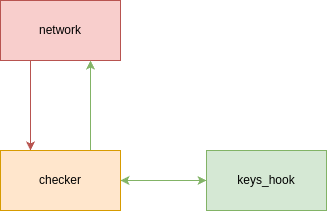
Earlier version of the draw.io export day1-homework/imgs/smart_home1.drawio.png (yyxa/smart-home-cource-kos). Source tidied: cells renumbered, new cells last; positions are measured from the earlier drawing's top-left corner, leaving out a move shared by most shapes.
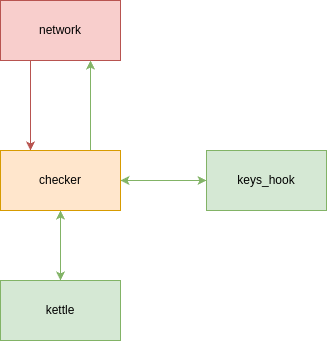
After the change.

What changed in the source:
```diff
@@ -14,6 +14,9 @@
     <mxCell id="5" style="edgeStyle=orthogonalEdgeStyle;rounded=0;jettySize=auto;html=1;exitX=0.75;exitY=0;exitDx=0;exitDy=0;entryX=0.75;entryY=1;entryDx=0;entryDy=0;fillColor=#d5e8d4;strokeColor=#82b366;" parent="1" edge="1" source="6" target="3">
       <mxGeometry relative="1" as="geometry" />
     </mxCell>
+    <mxCell id="9" style="edgeStyle=orthogonalEdgeStyle;rounded=0;jettySize=auto;html=1;exitX=0.5;exitY=1;exitDx=0;exitDy=0;entryX=0.5;entryY=0;entryDx=0;entryDy=0;fillColor=#d5e8d4;strokeColor=#82b366;" parent="1" edge="1" source="6" target="11">
+      <mxGeometry relative="1" as="geometry" />
+    </mxCell>
     <mxCell id="6" value="checker" style="rounded=0;whiteSpace=wrap;html=1;fillColor=#ffe6cc;strokeColor=#d79b00;" parent="1" vertex="1">
       <mxGeometry y="150" width="120" height="60" as="geometry" />
     </mxCell>
@@ -23,5 +26,11 @@
     <mxCell id="8" value="keys_hook" style="rounded=0;whiteSpace=wrap;html=1;fillColor=#d5e8d4;strokeColor=#82b366;" parent="1" vertex="1">
       <mxGeometry x="206" y="150" width="120" height="60" as="geometry" />
     </mxCell>
+    <mxCell id="10" style="edgeStyle=orthogonalEdgeStyle;rounded=0;jettySize=auto;html=1;exitX=0.5;exitY=0;exitDx=0;exitDy=0;entryX=0.5;entryY=1;entryDx=0;entryDy=0;fillColor=#d5e8d4;strokeColor=#82b366;" parent="1" edge="1" source="11" target="6">
+      <mxGeometry relative="1" as="geometry" />
+    </mxCell>
+    <mxCell id="11" value="kettle" style="rounded=0;whiteSpace=wrap;html=1;fillColor=#d5e8d4;strokeColor=#82b366;" parent="1" vertex="1">
+      <mxGeometry y="280" width="120" height="60" as="geometry" />
+    </mxCell>
   </root>
 </mxGraphModel>
```
